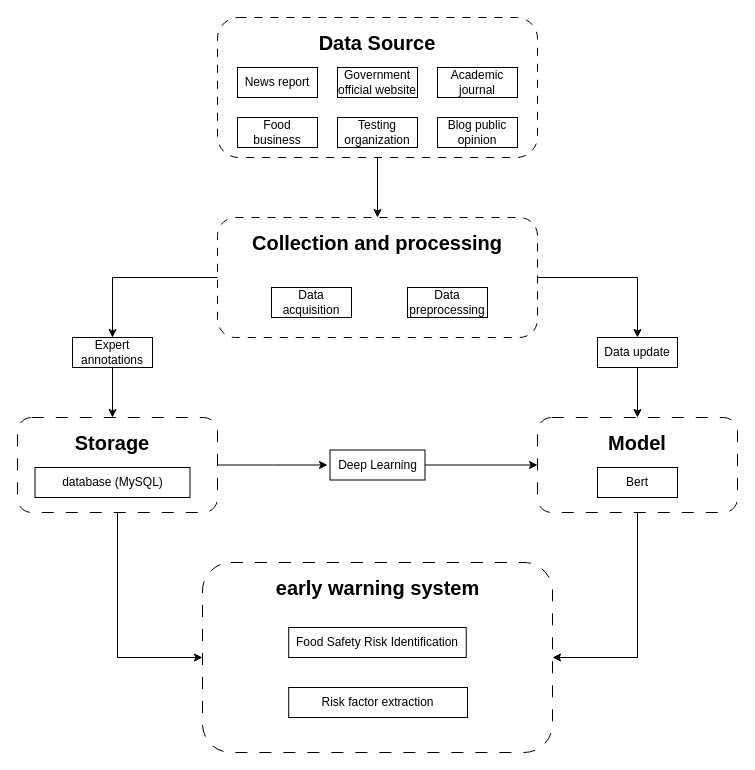
leobgz/Draw keeps this draw.io diagram as 1013流程图 的副本.drawio. Above is the earlier version. Source tidied: cells renumbered, new cells numbered last; positions are measured from the earlier drawing's top-left corner, leaving out a move shared by most shapes. Both pictures are drawn from the tidied source at 100%, with x=0, y=0 at pixel (17, 17).
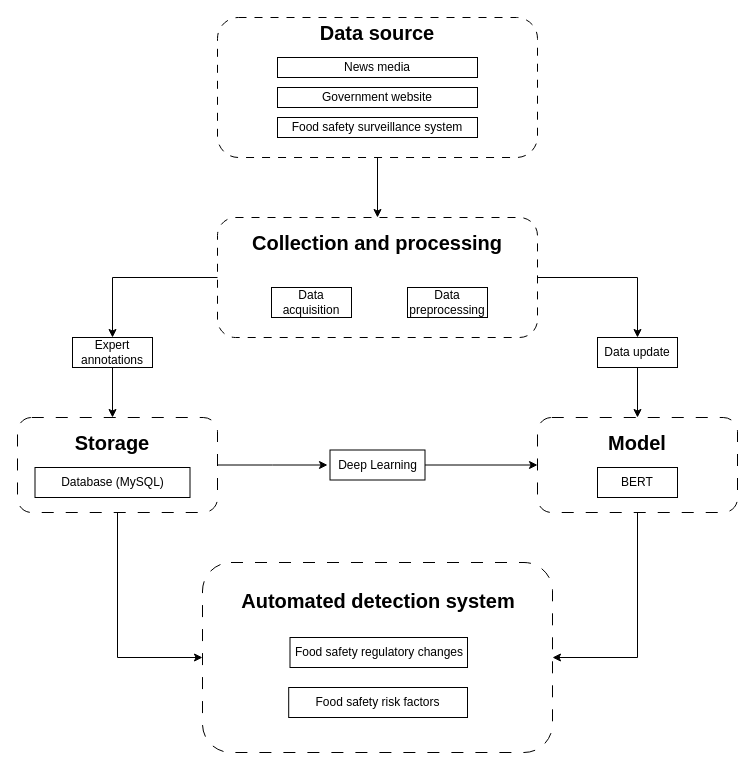
After the change.

What changed in the source:
```diff
@@
-    <mxCell id="4" value="&lt;div style=&quot;font-size: 20px;&quot;&gt;&lt;font style=&quot;font-size: 20px;&quot;&gt;Data Source&lt;/font&gt;&lt;/div&gt;" style="text;html=1;strokeColor=none;fillColor=none;align=center;verticalAlign=middle;whiteSpace=wrap;rounded=0;fontStyle=1;" parent="1" vertex="1">
-      <mxGeometry x="280" width="160" height="50" as="geometry" />
+    <mxCell id="4" value="&lt;div style=&quot;font-size: 20px;&quot;&gt;&lt;font style=&quot;font-size: 20px;&quot;&gt;Data source&lt;/font&gt;&lt;/div&gt;" style="text;html=1;strokeColor=none;fillColor=none;align=center;verticalAlign=middle;whiteSpace=wrap;rounded=0;fontStyle=1;" parent="1" vertex="1">
+      <mxGeometry x="290" width="140" height="30" as="geometry" />
     </mxCell>
-    <mxCell id="5" value="News report" style="rounded=0;whiteSpace=wrap;html=1;" parent="1" vertex="1">
-      <mxGeometry x="220" y="50" width="80" height="30" as="geometry" />
+    <mxCell id="5" value="News media" style="rounded=0;whiteSpace=wrap;html=1;" parent="1" vertex="1">
+      <mxGeometry x="260" y="40" width="200" height="20" as="geometry" />
     </mxCell>
-    <mxCell id="6" value="Government official website" style="rounded=0;whiteSpace=wrap;html=1;" parent="1" vertex="1">
-      <mxGeometry x="320" y="50" width="80" height="30" as="geometry" />
+    <mxCell id="6" value="Government website" style="rounded=0;whiteSpace=wrap;html=1;" parent="1" vertex="1">
+      <mxGeometry x="260" y="70" width="200" height="20" as="geometry" />
     </mxCell>
-    <mxCell id="7" value="Food business" style="rounded=0;whiteSpace=wrap;html=1;" parent="1" vertex="1">
-      <mxGeometry x="220" y="100" width="80" height="30" as="geometry" />
-    </mxCell>
-    <mxCell id="8" value="Academic journal" style="rounded=0;whiteSpace=wrap;html=1;" parent="1" vertex="1">
-      <mxGeometry x="420" y="50" width="80" height="30" as="geometry" />
+    <mxCell id="8" value="Food safety surveillance system" style="rounded=0;whiteSpace=wrap;html=1;" parent="1" vertex="1">
+      <mxGeometry x="260" y="100" width="200" height="20" as="geometry" />
     </mxCell>
-    <mxCell id="9" value="Testing organization" style="rounded=0;whiteSpace=wrap;html=1;" parent="1" vertex="1">
-      <mxGeometry x="320" y="100" width="80" height="30" as="geometry" />
-    </mxCell>
-    <mxCell id="10" value="&lt;div&gt;Blog public opinion&lt;/div&gt;" style="rounded=0;whiteSpace=wrap;html=1;" parent="1" vertex="1">
-      <mxGeometry x="420" y="100" width="80" height="30" as="geometry" />
-    </mxCell>
@@
-    <mxCell id="21" value="database (MySQL)" style="rounded=0;whiteSpace=wrap;html=1;" parent="1" vertex="1">
+    <mxCell id="21" value="Database (MySQL)" style="rounded=0;whiteSpace=wrap;html=1;" parent="1" vertex="1">
       <mxGeometry x="17.5" y="450" width="155" height="30" as="geometry" />
     </mxCell>
@@
-    <mxCell id="26" value="&lt;div&gt;&lt;font style=&quot;font-size: 20px;&quot;&gt;early warning system&lt;/font&gt;&lt;/div&gt;" style="text;html=1;strokeColor=none;fillColor=none;align=center;verticalAlign=middle;whiteSpace=wrap;rounded=0;fontStyle=1;" parent="1" vertex="1">
-      <mxGeometry x="237.5" y="545" width="245" height="50" as="geometry" />
+    <mxCell id="26" value="&lt;div&gt;&lt;font style=&quot;font-size: 20px;&quot;&gt;Automated detection system&lt;/font&gt;&lt;/div&gt;" style="text;html=1;strokeColor=none;fillColor=none;align=center;verticalAlign=middle;whiteSpace=wrap;rounded=0;fontStyle=1;" parent="1" vertex="1">
+      <mxGeometry x="200.6" y="560" width="320" height="45" as="geometry" />
     </mxCell>
-    <mxCell id="27" value="&lt;div&gt;Risk factor extraction&lt;/div&gt;" style="rounded=0;whiteSpace=wrap;html=1;" parent="1" vertex="1">
+    <mxCell id="27" value="&lt;div&gt;Food safety risk factors&lt;/div&gt;" style="rounded=0;whiteSpace=wrap;html=1;" parent="1" vertex="1">
       <mxGeometry x="271.2" y="670" width="178.8" height="30" as="geometry" />
     </mxCell>
@@
-    <mxCell id="34" value="Bert" style="rounded=0;whiteSpace=wrap;html=1;" parent="1" vertex="1">
+    <mxCell id="34" value="BERT" style="rounded=0;whiteSpace=wrap;html=1;" parent="1" vertex="1">
       <mxGeometry x="580" y="450" width="80" height="30" as="geometry" />
     </mxCell>
-    <mxCell id="35" value="&lt;div&gt;Food Safety Risk Identification&lt;/div&gt;" style="rounded=0;whiteSpace=wrap;html=1;" parent="1" vertex="1">
-      <mxGeometry x="271.2" y="610" width="177.5" height="30" as="geometry" />
+    <mxCell id="35" value="&lt;div&gt;Food safety regulatory changes&lt;/div&gt;" style="rounded=0;whiteSpace=wrap;html=1;" parent="1" vertex="1">
+      <mxGeometry x="272.5" y="620" width="177.5" height="30" as="geometry" />
     </mxCell>
```
